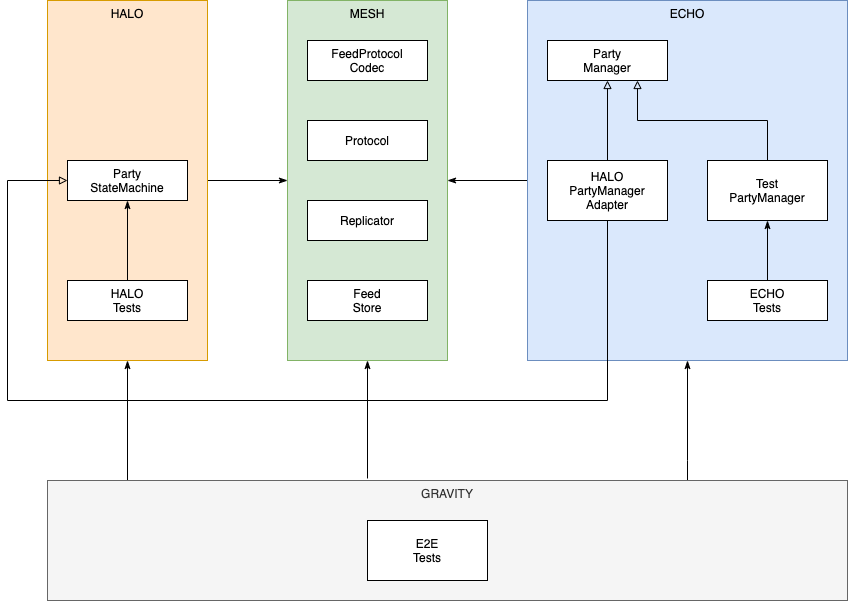
This is docs/content/diagrams/dependencies.png from dxos/dxos, a draw.io export, as it was before one commit. Source tidied: cells renumbered, new cells last; positions are measured from the earlier drawing's top-left corner, leaving out a move shared by most shapes. Source of this version:
```xml
<mxGraphModel>
  <root>
    <mxCell id="0" />
    <mxCell id="1" parent="0" />
    <mxCell id="2" value="MESH" style="rounded=0;whiteSpace=wrap;html=1;verticalAlign=top;fillColor=#d5e8d4;strokeColor=#82b366;" parent="1" vertex="1">
      <mxGeometry x="280" width="160" height="360" as="geometry" />
    </mxCell>
    <mxCell id="3" style="edgeStyle=orthogonalEdgeStyle;rounded=0;jettySize=auto;html=1;exitX=1;exitY=0.5;exitDx=0;exitDy=0;endArrow=classicThin;endFill=1;" parent="1" edge="1" source="4" target="2">
      <mxGeometry relative="1" as="geometry" />
    </mxCell>
    <mxCell id="4" value="HALO" style="rounded=0;whiteSpace=wrap;html=1;verticalAlign=top;fillColor=#ffe6cc;strokeColor=#d79b00;" parent="1" vertex="1">
      <mxGeometry x="40" width="160" height="360" as="geometry" />
    </mxCell>
    <mxCell id="5" style="edgeStyle=orthogonalEdgeStyle;rounded=0;jettySize=auto;html=1;exitX=0;exitY=0.5;exitDx=0;exitDy=0;endArrow=classicThin;endFill=1;" parent="1" edge="1" source="6" target="2">
      <mxGeometry relative="1" as="geometry" />
    </mxCell>
    <mxCell id="6" value="ECHO" style="rounded=0;whiteSpace=wrap;html=1;verticalAlign=top;fillColor=#dae8fc;strokeColor=#6c8ebf;" parent="1" vertex="1">
      <mxGeometry x="520" width="320" height="360" as="geometry" />
    </mxCell>
    <mxCell id="7" value="Party&lt;br&gt;StateMachine" style="rounded=0;whiteSpace=wrap;html=1;" parent="1" vertex="1">
      <mxGeometry x="60" y="160" width="120" height="40" as="geometry" />
    </mxCell>
    <mxCell id="8" value="Party&lt;br&gt;Manager" style="rounded=0;whiteSpace=wrap;html=1;" parent="1" vertex="1">
      <mxGeometry x="540" y="40" width="120" height="40" as="geometry" />
    </mxCell>
    <mxCell id="9" style="edgeStyle=orthogonalEdgeStyle;rounded=0;jettySize=auto;html=1;exitX=0.5;exitY=0;exitDx=0;exitDy=0;endArrow=block;endFill=0;" parent="1" edge="1" source="11" target="8">
      <mxGeometry relative="1" as="geometry" />
    </mxCell>
    <mxCell id="10" style="edgeStyle=orthogonalEdgeStyle;rounded=0;jettySize=auto;html=1;exitX=0.5;exitY=1;exitDx=0;exitDy=0;endArrow=block;endFill=0;entryX=0;entryY=0.5;entryDx=0;entryDy=0;" parent="1" edge="1" source="11" target="7">
      <mxGeometry relative="1" as="geometry">
        <Array as="points">
          <mxPoint x="600" y="400" />
          <mxPoint y="400" />
          <mxPoint y="180" />
        </Array>
      </mxGeometry>
    </mxCell>
    <mxCell id="11" value="HALO&lt;br&gt;PartyManager&lt;br&gt;Adapter" style="rounded=0;whiteSpace=wrap;html=1;" parent="1" vertex="1">
      <mxGeometry x="540" y="160" width="120" height="60" as="geometry" />
    </mxCell>
    <mxCell id="12" value="FeedProtocol&lt;br&gt;Codec" style="rounded=0;whiteSpace=wrap;html=1;" parent="1" vertex="1">
      <mxGeometry x="300" y="40" width="120" height="40" as="geometry" />
    </mxCell>
    <mxCell id="13" value="Protocol" style="rounded=0;whiteSpace=wrap;html=1;" parent="1" vertex="1">
      <mxGeometry x="300" y="120" width="120" height="40" as="geometry" />
    </mxCell>
    <mxCell id="14" value="Replicator" style="rounded=0;whiteSpace=wrap;html=1;" parent="1" vertex="1">
      <mxGeometry x="300" y="200" width="120" height="40" as="geometry" />
    </mxCell>
    <mxCell id="15" value="Feed&lt;br&gt;Store" style="rounded=0;whiteSpace=wrap;html=1;" parent="1" vertex="1">
      <mxGeometry x="300" y="280" width="120" height="40" as="geometry" />
    </mxCell>
    <mxCell id="16" style="edgeStyle=orthogonalEdgeStyle;rounded=0;jettySize=auto;html=1;exitX=0.5;exitY=0;exitDx=0;exitDy=0;entryX=0.75;entryY=1;entryDx=0;entryDy=0;endArrow=block;endFill=0;" parent="1" edge="1" source="17" target="8">
      <mxGeometry relative="1" as="geometry" />
    </mxCell>
    <mxCell id="17" value="Test&lt;br&gt;PartyManager" style="rounded=0;whiteSpace=wrap;html=1;" parent="1" vertex="1">
      <mxGeometry x="700" y="160" width="120" height="60" as="geometry" />
    </mxCell>
    <mxCell id="18" style="edgeStyle=orthogonalEdgeStyle;rounded=0;jettySize=auto;html=1;exitX=0.5;exitY=0;exitDx=0;exitDy=0;endArrow=classicThin;endFill=1;" parent="1" edge="1" source="19" target="17">
      <mxGeometry relative="1" as="geometry" />
    </mxCell>
    <mxCell id="19" value="ECHO&lt;br&gt;Tests" style="rounded=0;whiteSpace=wrap;html=1;" parent="1" vertex="1">
      <mxGeometry x="700" y="280" width="120" height="40" as="geometry" />
    </mxCell>
    <mxCell id="20" style="edgeStyle=orthogonalEdgeStyle;rounded=0;jettySize=auto;html=1;exitX=0.5;exitY=0;exitDx=0;exitDy=0;endArrow=classicThin;endFill=1;" parent="1" edge="1" source="21" target="7">
      <mxGeometry relative="1" as="geometry" />
    </mxCell>
    <mxCell id="21" value="HALO&lt;br&gt;Tests" style="rounded=0;whiteSpace=wrap;html=1;" parent="1" vertex="1">
      <mxGeometry x="60" y="280" width="120" height="40" as="geometry" />
    </mxCell>
    <mxCell id="22" style="edgeStyle=orthogonalEdgeStyle;rounded=0;jettySize=auto;html=1;exitX=0.4;exitY=-0.017;exitDx=0;exitDy=0;endArrow=classicThin;endFill=1;exitPerimeter=0;" parent="1" edge="1" source="25" target="2">
      <mxGeometry relative="1" as="geometry" />
    </mxCell>
    <mxCell id="23" style="edgeStyle=orthogonalEdgeStyle;rounded=0;jettySize=auto;html=1;exitX=0.098;exitY=0;exitDx=0;exitDy=0;endArrow=classicThin;endFill=1;exitPerimeter=0;" parent="1" edge="1" source="25" target="4">
      <mxGeometry relative="1" as="geometry">
        <Array as="points">
          <mxPoint x="120" y="480" />
        </Array>
      </mxGeometry>
    </mxCell>
    <mxCell id="24" style="edgeStyle=orthogonalEdgeStyle;rounded=0;jettySize=auto;html=1;exitX=0.8;exitY=0.008;exitDx=0;exitDy=0;endArrow=classicThin;endFill=1;exitPerimeter=0;" parent="1" edge="1" source="25" target="6">
      <mxGeometry relative="1" as="geometry">
        <Array as="points">
          <mxPoint x="680" y="460" />
          <mxPoint x="680" y="460" />
        </Array>
      </mxGeometry>
    </mxCell>
    <mxCell id="25" value="GRAVITY" style="rounded=0;whiteSpace=wrap;html=1;verticalAlign=top;fillColor=#f5f5f5;strokeColor=#666666;fontColor=#333333;" parent="1" vertex="1">
      <mxGeometry x="40" y="480" width="800" height="120" as="geometry" />
    </mxCell>
    <mxCell id="26" value="E2E&lt;br&gt;Tests" style="rounded=0;whiteSpace=wrap;html=1;" parent="1" vertex="1">
      <mxGeometry x="360" y="520" width="120" height="60" as="geometry" />
    </mxCell>
  </root>
</mxGraphModel>
```
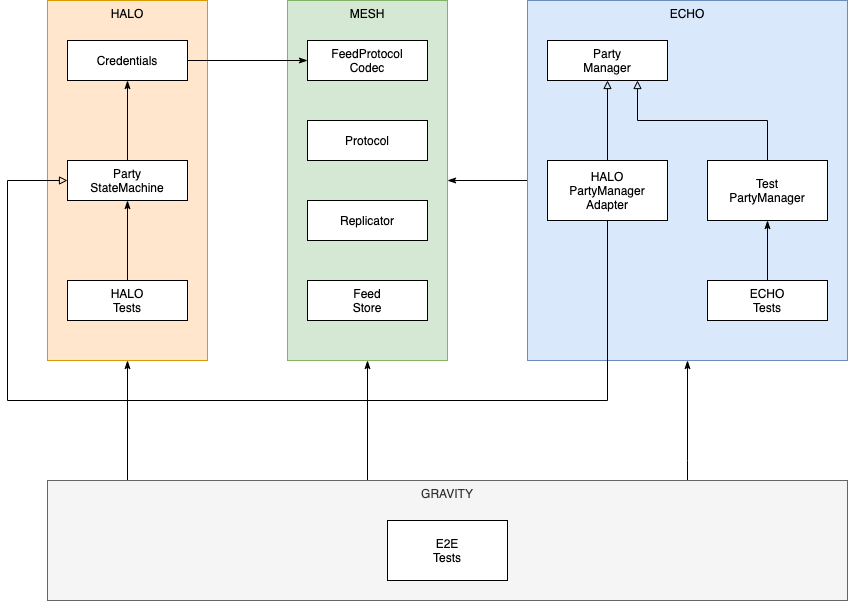
Above is the later version.

What changed in the source:
```diff
@@ -5,9 +5,6 @@
     <mxCell id="2" value="MESH" style="rounded=0;whiteSpace=wrap;html=1;verticalAlign=top;fillColor=#d5e8d4;strokeColor=#82b366;" parent="1" vertex="1">
       <mxGeometry x="280" width="160" height="360" as="geometry" />
     </mxCell>
-    <mxCell id="3" style="edgeStyle=orthogonalEdgeStyle;rounded=0;jettySize=auto;html=1;exitX=1;exitY=0.5;exitDx=0;exitDy=0;endArrow=classicThin;endFill=1;" parent="1" edge="1" source="4" target="2">
-      <mxGeometry relative="1" as="geometry" />
-    </mxCell>
     <mxCell id="4" value="HALO" style="rounded=0;whiteSpace=wrap;html=1;verticalAlign=top;fillColor=#ffe6cc;strokeColor=#d79b00;" parent="1" vertex="1">
       <mxGeometry x="40" width="160" height="360" as="geometry" />
     </mxCell>
@@ -17,6 +14,9 @@
     <mxCell id="6" value="ECHO" style="rounded=0;whiteSpace=wrap;html=1;verticalAlign=top;fillColor=#dae8fc;strokeColor=#6c8ebf;" parent="1" vertex="1">
       <mxGeometry x="520" width="320" height="360" as="geometry" />
     </mxCell>
+    <mxCell id="27" style="edgeStyle=orthogonalEdgeStyle;rounded=0;jettySize=auto;html=1;exitX=0.5;exitY=0;exitDx=0;exitDy=0;endArrow=classicThin;endFill=1;" parent="1" edge="1" source="7" target="29">
+      <mxGeometry relative="1" as="geometry" />
+    </mxCell>
     <mxCell id="7" value="Party&lt;br&gt;StateMachine" style="rounded=0;whiteSpace=wrap;html=1;" parent="1" vertex="1">
       <mxGeometry x="60" y="160" width="120" height="40" as="geometry" />
     </mxCell>
@@ -68,7 +68,7 @@
     <mxCell id="21" value="HALO&lt;br&gt;Tests" style="rounded=0;whiteSpace=wrap;html=1;" parent="1" vertex="1">
       <mxGeometry x="60" y="280" width="120" height="40" as="geometry" />
     </mxCell>
-    <mxCell id="22" style="edgeStyle=orthogonalEdgeStyle;rounded=0;jettySize=auto;html=1;exitX=0.4;exitY=-0.017;exitDx=0;exitDy=0;endArrow=classicThin;endFill=1;exitPerimeter=0;" parent="1" edge="1" source="25" target="2">
+    <mxCell id="22" style="edgeStyle=orthogonalEdgeStyle;rounded=0;jettySize=auto;html=1;endArrow=classicThin;endFill=1;exitX=0.4;exitY=0;exitDx=0;exitDy=0;exitPerimeter=0;" parent="1" edge="1" source="25" target="2">
       <mxGeometry relative="1" as="geometry" />
     </mxCell>
     <mxCell id="23" style="edgeStyle=orthogonalEdgeStyle;rounded=0;jettySize=auto;html=1;exitX=0.098;exitY=0;exitDx=0;exitDy=0;endArrow=classicThin;endFill=1;exitPerimeter=0;" parent="1" edge="1" source="25" target="4">
@@ -90,7 +90,13 @@
       <mxGeometry x="40" y="480" width="800" height="120" as="geometry" />
     </mxCell>
     <mxCell id="26" value="E2E&lt;br&gt;Tests" style="rounded=0;whiteSpace=wrap;html=1;" parent="1" vertex="1">
-      <mxGeometry x="360" y="520" width="120" height="60" as="geometry" />
+      <mxGeometry x="380" y="520" width="120" height="60" as="geometry" />
     </mxCell>
+    <mxCell id="28" style="edgeStyle=orthogonalEdgeStyle;rounded=0;jettySize=auto;html=1;exitX=1;exitY=0.5;exitDx=0;exitDy=0;endArrow=classicThin;endFill=1;" parent="1" edge="1" source="29" target="12">
+      <mxGeometry relative="1" as="geometry" />
+    </mxCell>
+    <mxCell id="29" value="Credentials" style="rounded=0;whiteSpace=wrap;html=1;" parent="1" vertex="1">
+      <mxGeometry x="60" y="40" width="120" height="40" as="geometry" />
+    </mxCell>
   </root>
 </mxGraphModel>
```
